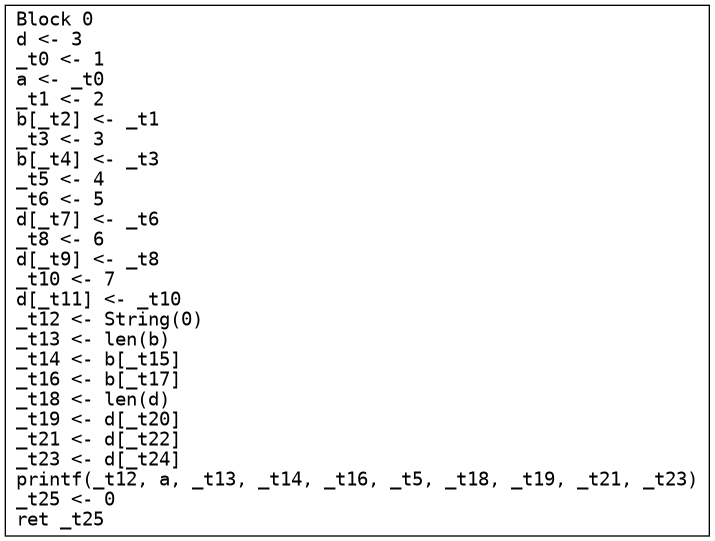
The Graphviz diagram main.png in seanchuck/compiler-s25, before a commit. Its source is kept beside it as main.dot.
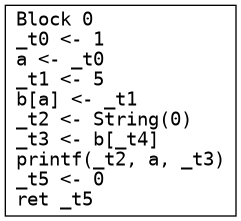
After the change.

Change to the diagram source:
```diff
@@ -1,4 +1,4 @@
 digraph CFG {
   node [shape=box fontname="monospace"];
-  0 [label="Block 0\ld <- 3\l_t0 <- 1\la <- _t0\l_t1 <- 2\lb[_t2] <- _t1\l_t3 <- 3\lb[_t4] <- _t3\l_t5 <- 4\l_t6 <- 5\ld[_t7] <- _t6\l_t8 <- 6\ld[_t9] <- _t8\l_t10 <- 7\ld[_t11] <- _t10\l_t12 <- String(0)\l_t13 <- len(b)\l_t14 <- b[_t15]\l_t16 <- b[_t17]\l_t18 <- len(d)\l_t19 <- d[_t20]\l_t21 <- d[_t22]\l_t23 <- d[_t24]\lprintf(_t12, a, _t13, _t14, _t16, _t5, _t18, _t19, _t21, _t23)\l_t25 <- 0\lret _t25\l"];
+  0 [label="Block 0\l_t0 <- 1\la <- _t0\l_t1 <- 5\lb[a] <- _t1\l_t2 <- String(0)\l_t3 <- b[_t4]\lprintf(_t2, a, _t3)\l_t5 <- 0\lret _t5\l"];
 }
```
